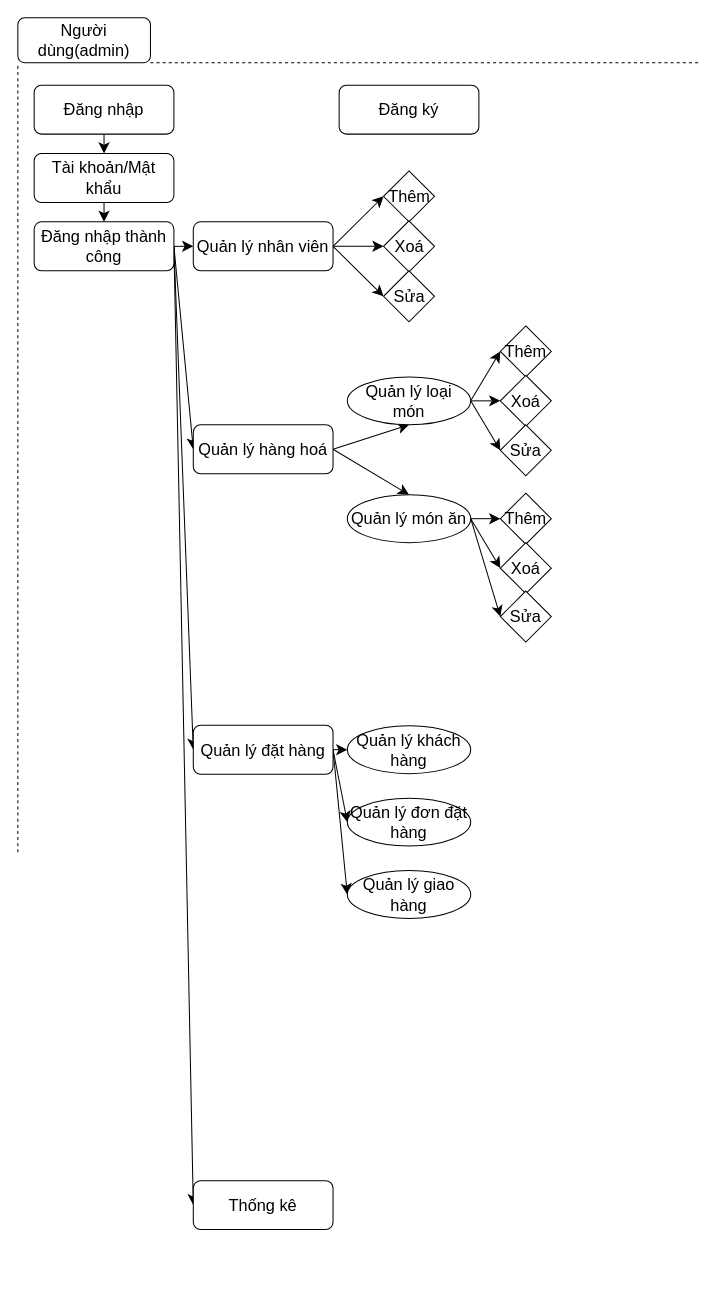
Above: CNPM.drawio in DucTri1611/CNPM (draw.io), before the change. Source tidied: cells renumbered, new cells numbered last; positions are measured from the earlier drawing's top-left corner, leaving out a move shared by most shapes. Both pictures are drawn from the tidied source at 102%, with x=0, y=0 at pixel (17, 17).
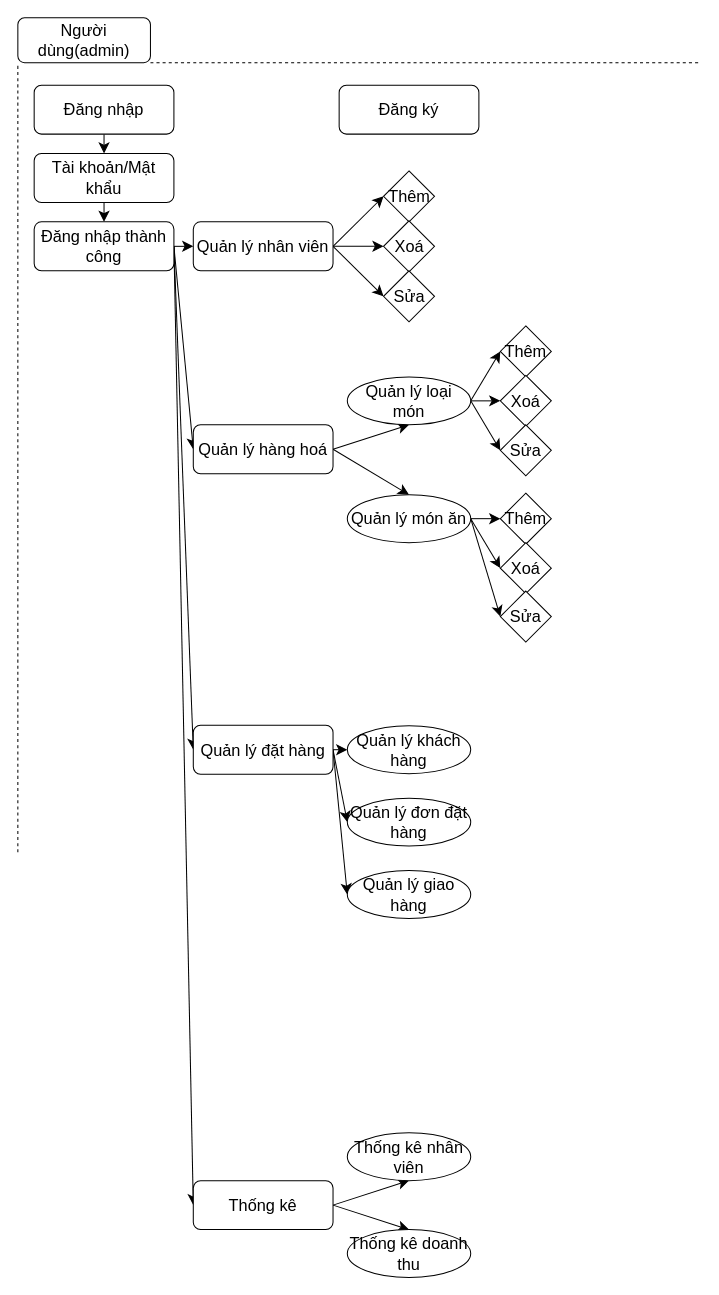
The same diagram, later.

Unchanged cells that the change refers to:
```xml
<mxCell id="26" value="Thống kê" style="rounded=1;whiteSpace=wrap;html=1;fontSize=16;" parent="1" vertex="1">
  <mxGeometry x="172" y="1140" width="137" height="48" as="geometry" />
</mxCell>
```

The edit, as a diff of the source:
```diff
@@
+    <mxCell id="47" style="edgeStyle=none;curved=1;rounded=0;jettySize=auto;html=1;exitX=1;exitY=0.5;exitDx=0;exitDy=0;entryX=0.5;entryY=1;entryDx=0;entryDy=0;fontSize=12;startSize=8;endSize=8;" parent="1" edge="1" source="26" target="49">
+      <mxGeometry relative="1" as="geometry" />
+    </mxCell>
+    <mxCell id="48" style="edgeStyle=none;curved=1;rounded=0;jettySize=auto;html=1;exitX=1;exitY=0.5;exitDx=0;exitDy=0;entryX=0.5;entryY=0;entryDx=0;entryDy=0;fontSize=12;startSize=8;endSize=8;" parent="1" edge="1" source="26" target="50">
+      <mxGeometry relative="1" as="geometry" />
+    </mxCell>
@@
+    <mxCell id="49" value="Thống kê nhân viên" style="ellipse;whiteSpace=wrap;html=1;fontSize=16;" parent="1" vertex="1">
+      <mxGeometry x="323" y="1093" width="121" height="47" as="geometry" />
+    </mxCell>
+    <mxCell id="50" value="Thống kê doanh thu" style="ellipse;whiteSpace=wrap;html=1;fontSize=16;" parent="1" vertex="1">
+      <mxGeometry x="323" y="1188" width="121" height="47" as="geometry" />
+    </mxCell>
```
